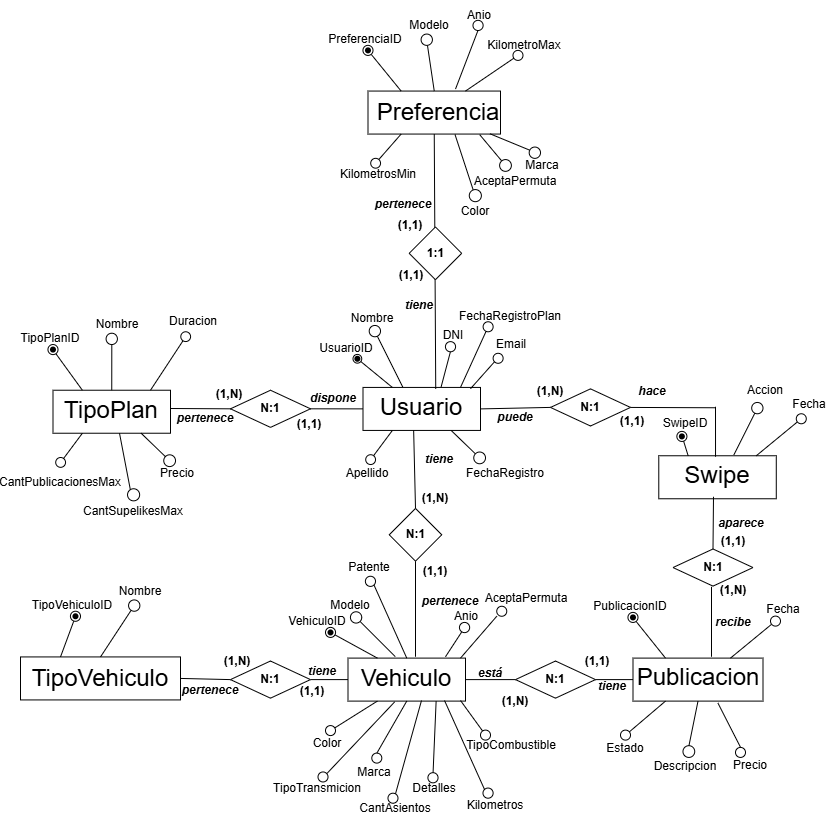
Earlier version of the draw.io export Diagrama DER.drawio.png (marilynsoto/TP-IngDatos1). Source tidied: cells renumbered, new cells last; positions are measured from the earlier drawing's top-left corner, leaving out a move shared by most shapes.
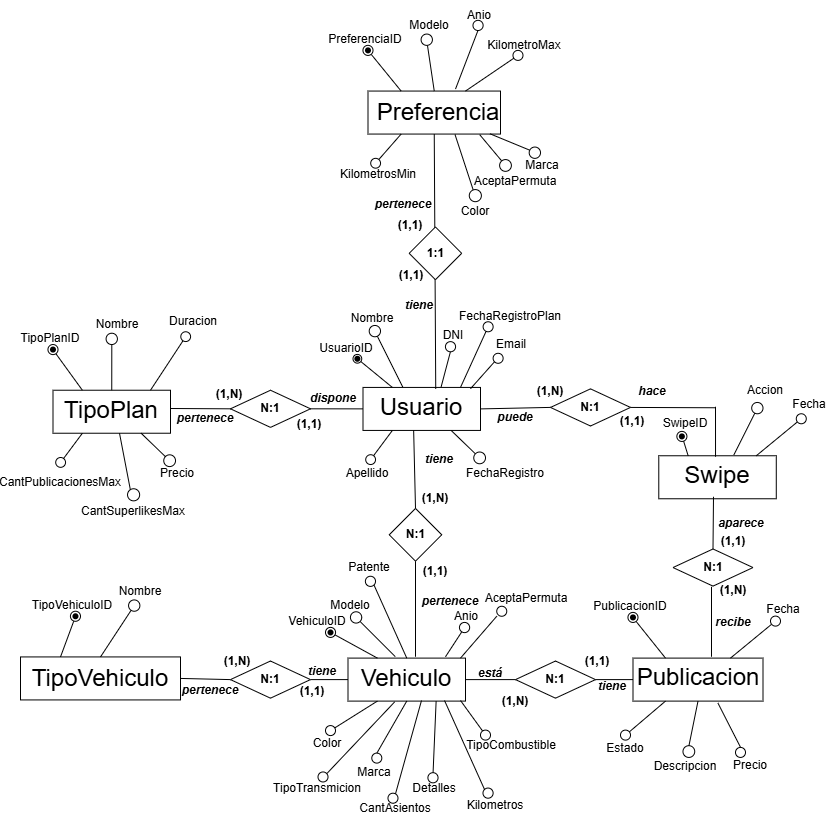
The same diagram one commit later.

Commit message:
Agrego cambios.

What changed in the source:
```diff
@@ -410,7 +410,7 @@
     <mxCell id="126" value="Precio" style="text;html=1;align=center;verticalAlign=middle;whiteSpace=wrap;rounded=0;" parent="1" vertex="1">
       <mxGeometry x="127.5" y="458.3" width="60" height="30" as="geometry" />
     </mxCell>
-    <mxCell id="127" value="CantSupelikesMax" style="text;html=1;align=center;verticalAlign=middle;whiteSpace=wrap;rounded=0;" parent="1" vertex="1">
+    <mxCell id="127" value="CantSuperlikesMax" style="text;html=1;align=center;verticalAlign=middle;whiteSpace=wrap;rounded=0;" parent="1" vertex="1">
       <mxGeometry x="83.3" y="495.6" width="60" height="30" as="geometry" />
     </mxCell>
     <mxCell id="128" value="&lt;b&gt;N:1&lt;/b&gt;" style="shape=rhombus;perimeter=rhombusPerimeter;whiteSpace=wrap;html=1;align=center;" parent="1" vertex="1">
```
